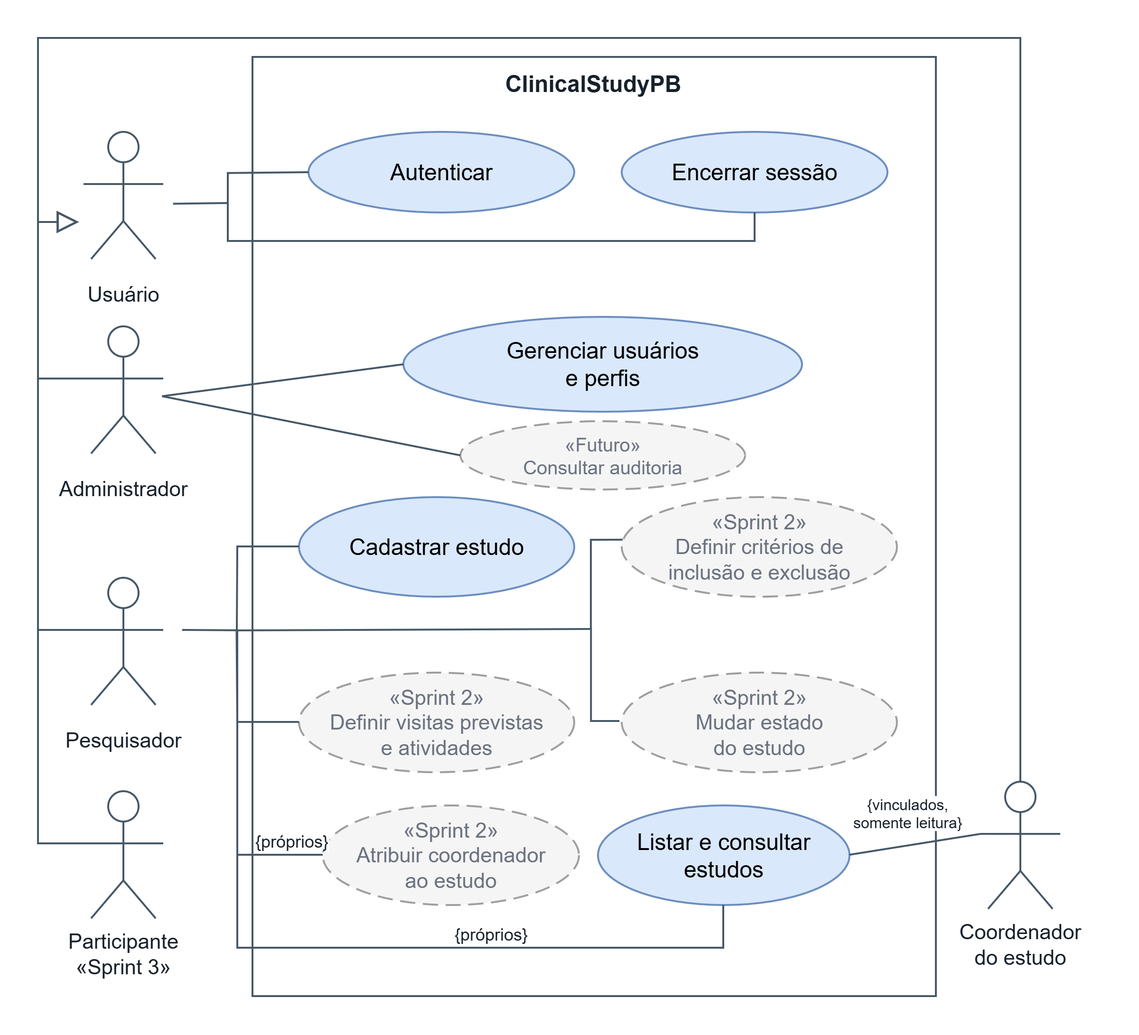
The draw.io diagram releases/release1/diagramas/02_casos_acesso_estudos.png in Sinddylnn/ClinicalStudyPB, before a commit. Source tidied: cells renumbered, new cells last; positions are measured from the earlier drawing's top-left corner, leaving out a move shared by most shapes.
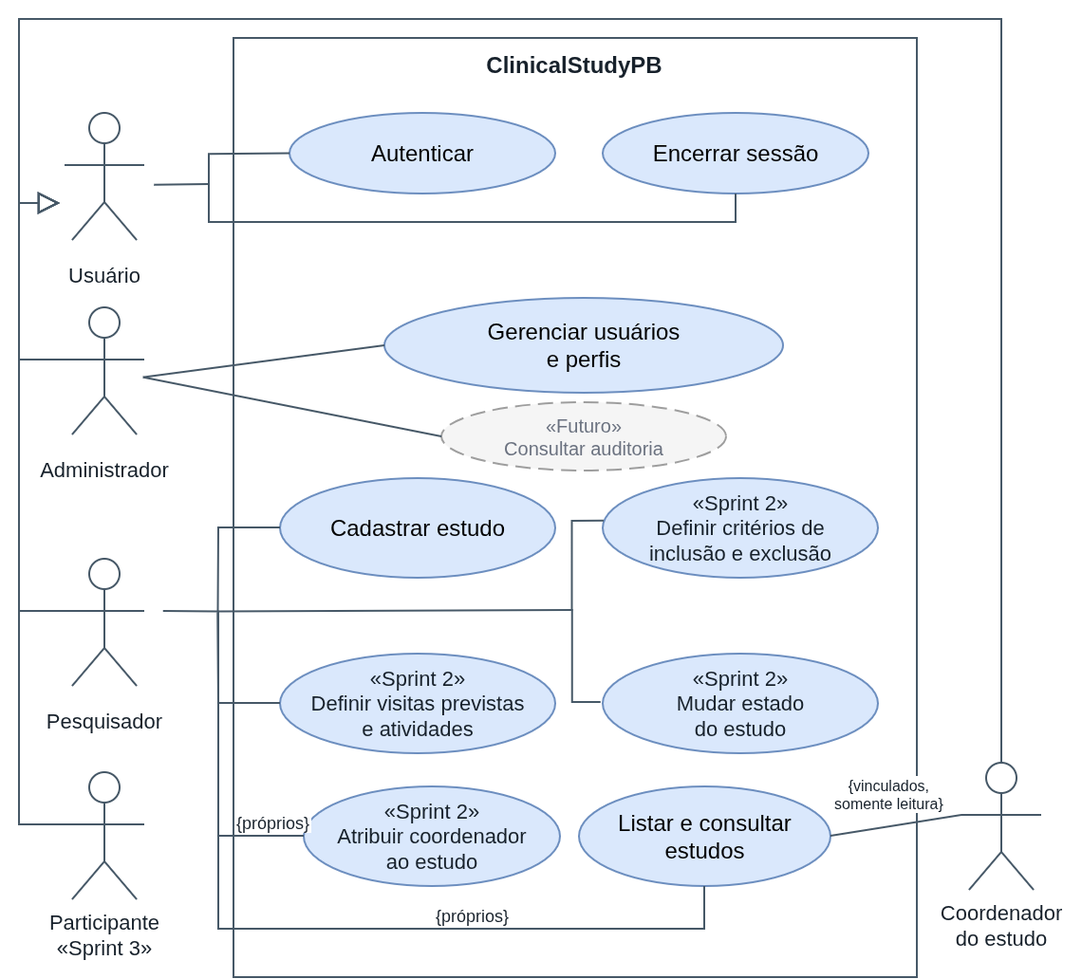
Later version of the same file.

Commit message:
docs: corrige diagramas de caso de uso

Change to the diagram source:
```diff
@@ -136,13 +136,13 @@
     <mxCell id="28" value="Cadastrar estudo" style="shape=ellipse;rounded=0;whiteSpace=wrap;html=0;fillColor=#dae8fc;strokeColor=#6c8ebf;strokeWidth=2;fontFamily=Arial;fontSize=24;fontStyle=0;align=center;verticalAlign=middle;spacing=4;" parent="1" vertex="1">
       <mxGeometry x="275" y="484" width="290" height="105" as="geometry" />
     </mxCell>
-    <mxCell id="29" value="«Sprint 2»&#10;Definir critérios de&#10;inclusão e exclusão" style="shape=ellipse;rounded=0;whiteSpace=wrap;html=0;fillColor=#F5F5F5;strokeColor=#9E9E9E;dashed=1;dashPattern=8 4;fontColor=#6B7280;strokeWidth=2;fontFamily=Arial;fontSize=22;fontStyle=0;align=center;verticalAlign=middle;spacing=4;" parent="1" vertex="1">
+    <mxCell id="29" value="«Sprint 2»&#10;Definir critérios de&#10;inclusão e exclusão" style="shape=ellipse;rounded=0;whiteSpace=wrap;html=0;fillColor=#DAE8FC;strokeColor=#6C8EBF;dashed=0;fontColor=#17212B;strokeWidth=2;fontFamily=Arial;fontSize=22;fontStyle=0;align=center;verticalAlign=middle;spacing=4;" parent="1" vertex="1">
       <mxGeometry x="615" y="484" width="290" height="105" as="geometry" />
     </mxCell>
-    <mxCell id="30" value="«Sprint 2»&#10;Definir visitas previstas&#10;e atividades" style="shape=ellipse;rounded=0;whiteSpace=wrap;html=0;fillColor=#F5F5F5;strokeColor=#9E9E9E;dashed=1;dashPattern=8 4;fontColor=#6B7280;strokeWidth=2;fontFamily=Arial;fontSize=22;fontStyle=0;align=center;verticalAlign=middle;spacing=4;" parent="1" vertex="1">
+    <mxCell id="30" value="«Sprint 2»&#10;Definir visitas previstas&#10;e atividades" style="shape=ellipse;rounded=0;whiteSpace=wrap;html=0;fillColor=#DAE8FC;strokeColor=#6C8EBF;dashed=0;fontColor=#17212B;strokeWidth=2;fontFamily=Arial;fontSize=22;fontStyle=0;align=center;verticalAlign=middle;spacing=4;" parent="1" vertex="1">
       <mxGeometry x="275" y="669" width="290" height="105" as="geometry" />
     </mxCell>
-    <mxCell id="31" value="«Sprint 2»&#10;Mudar estado&#10;do estudo" style="shape=ellipse;rounded=0;whiteSpace=wrap;html=0;fillColor=#F5F5F5;strokeColor=#9E9E9E;dashed=1;dashPattern=8 4;fontColor=#6B7280;strokeWidth=2;fontFamily=Arial;fontSize=22;fontStyle=0;align=center;verticalAlign=middle;spacing=4;" parent="1" vertex="1">
+    <mxCell id="31" value="«Sprint 2»&#10;Mudar estado&#10;do estudo" style="shape=ellipse;rounded=0;whiteSpace=wrap;html=0;fillColor=#DAE8FC;strokeColor=#6C8EBF;dashed=0;fontColor=#17212B;strokeWidth=2;fontFamily=Arial;fontSize=22;fontStyle=0;align=center;verticalAlign=middle;spacing=4;" parent="1" vertex="1">
       <mxGeometry x="615" y="669" width="290" height="105" as="geometry" />
     </mxCell>
     <mxCell id="32" style="edgeStyle=none;html=0;rounded=0;strokeColor=#465867;strokeWidth=2;endArrow=none;endFill=1;startArrow=none;startFill=1;dashed=0;fontFamily=Arial;fontSize=20;fontColor=#17212B;labelBackgroundColor=#FFFFFF;" parent="1" edge="1">
@@ -324,7 +324,7 @@
         </Array>
       </mxGeometry>
     </mxCell>
-    <mxCell id="59" value="«Sprint 2»&#10;Atribuir coordenador&#10;ao estudo" style="shape=ellipse;rounded=0;whiteSpace=wrap;html=0;fillColor=#F5F5F5;strokeColor=#9E9E9E;dashed=1;dashPattern=8 4;fontColor=#6B7280;strokeWidth=2;fontFamily=Arial;fontSize=22;fontStyle=0;align=center;verticalAlign=middle;spacing=4;" parent="1" vertex="1">
+    <mxCell id="59" value="«Sprint 2»&#10;Atribuir coordenador&#10;ao estudo" style="shape=ellipse;rounded=0;whiteSpace=wrap;html=0;fillColor=#DAE8FC;strokeColor=#6C8EBF;dashed=0;fontColor=#17212B;strokeWidth=2;fontFamily=Arial;fontSize=22;fontStyle=0;align=center;verticalAlign=middle;spacing=4;" parent="1" vertex="1">
       <mxGeometry x="300" y="809" width="270" height="105" as="geometry" />
     </mxCell>
     <mxCell id="60" style="edgeStyle=none;html=0;rounded=0;strokeColor=#465867;strokeWidth=2;endArrow=none;endFill=1;startArrow=none;startFill=1;dashed=0;fontFamily=Arial;fontSize=20;fontColor=#17212B;labelBackgroundColor=#FFFFFF;" parent="1" edge="1">
```
